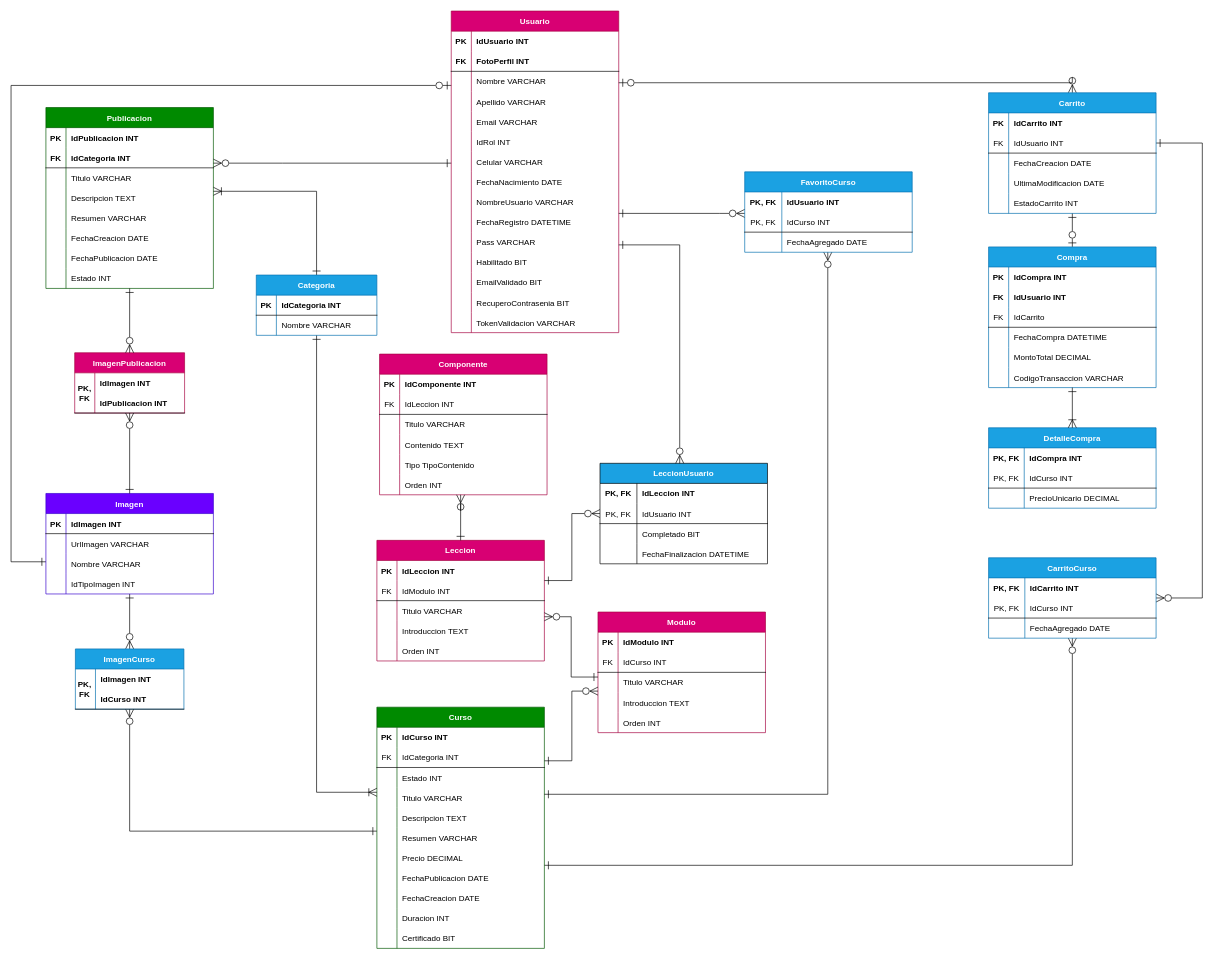
Above: DER PIII.drawio in sirnas1983/UML_TPCP3 (draw.io), before the change. Source tidied: cells renumbered, new cells numbered last; positions are measured from the earlier drawing's top-left corner, leaving out a move shared by most shapes. Both pictures are drawn from the tidied source at 67%, with x=0, y=0 at pixel (11, 11).
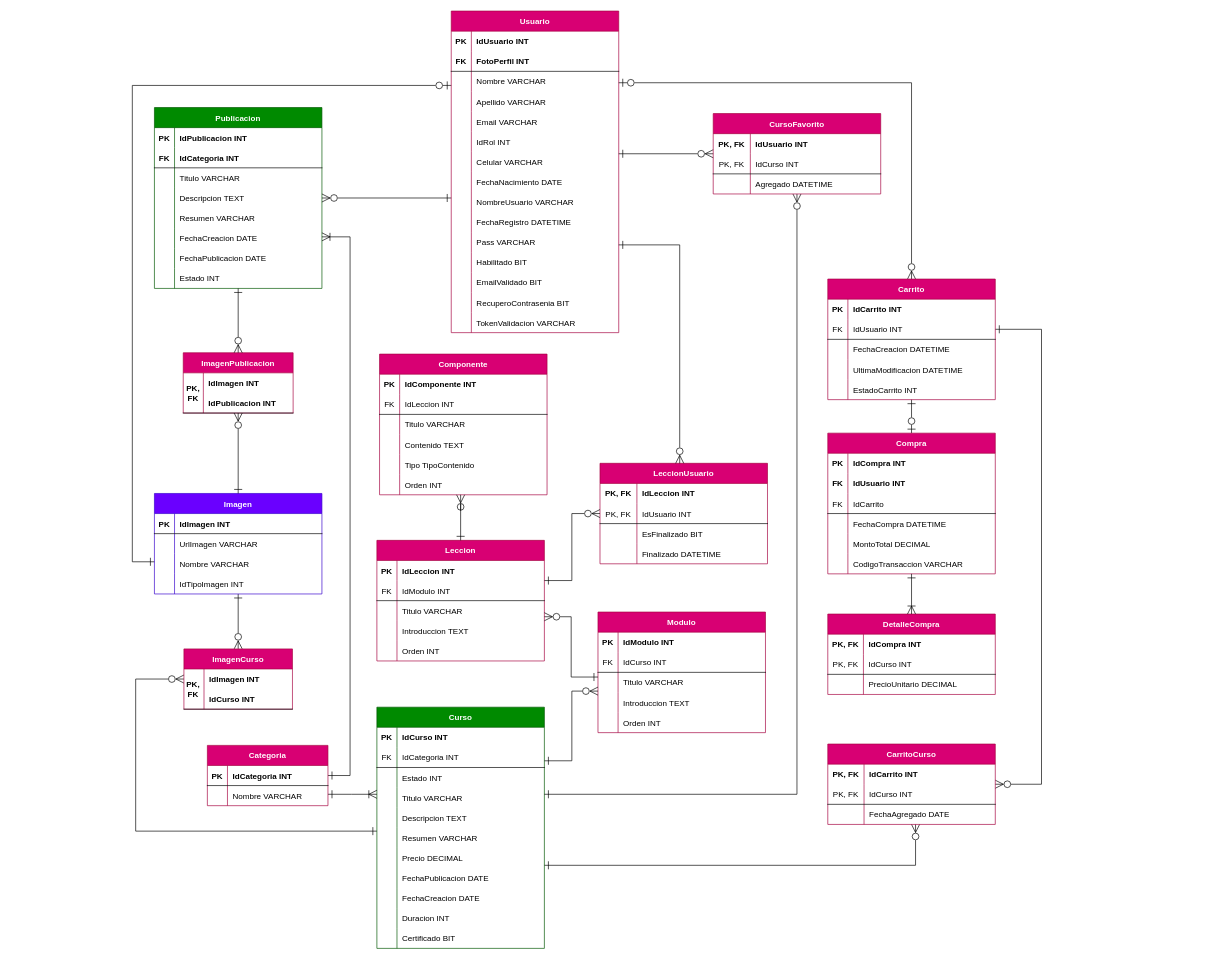
After the change.

Unchanged cells that the change refers to:
```xml
<mxCell id="44" value="Curso" style="shape=table;startSize=30;childLayout=tableLayout;rowLines=0;fontStyle=1;align=center;fillColor=#008a00;fontColor=#ffffff;strokeColor=#005700;" parent="1" vertex="1">
  <mxGeometry x="546" y="1039" width="250" height="360" as="geometry" />
</mxCell>
<mxCell id="79" value="Usuario" style="shape=table;startSize=30;childLayout=tableLayout;rowLines=0;fontStyle=1;align=center;fillColor=#d80073;fontColor=#ffffff;strokeColor=#A50040;" parent="1" vertex="1">
  <mxGeometry x="657" width="250" height="480" as="geometry" />
</mxCell>
<mxCell id="163" style="shape=partialRectangle;fillColor=none;top=0;left=0;right=0;bottom=0;" parent="156" vertex="1">
  <mxGeometry y="90" width="250" height="30" as="geometry" />
</mxCell>
<mxCell id="166" style="shape=partialRectangle;fillColor=none;top=0;left=0;right=0;bottom=0;" parent="156" vertex="1">
  <mxGeometry y="120" width="250" height="30" as="geometry" />
</mxCell>
<mxCell id="182" style="shape=partialRectangle;fillColor=none;top=0;left=0;right=0;bottom=0;" parent="175" vertex="1">
  <mxGeometry y="90" width="250" height="30" as="geometry" />
</mxCell>
<mxCell id="220" style="shape=partialRectangle;fillColor=none;top=0;left=0;right=0;bottom=0;" parent="213" vertex="1">
  <mxGeometry y="90" width="250" height="30" as="geometry" />
</mxCell>
<mxCell id="263" style="shape=partialRectangle;fillColor=none;top=0;left=0;right=0;bottom=0;" parent="256" vertex="1">
  <mxGeometry y="90" width="250" height="30" as="geometry" />
</mxCell>
<mxCell id="266" style="shape=partialRectangle;fillColor=none;top=0;left=0;right=0;bottom=0;" parent="256" vertex="1">
  <mxGeometry y="120" width="250" height="30" as="geometry" />
</mxCell>
```

Diff of the diagram source:
```diff
@@
     <mxCell id="2" style="edgeStyle=orthogonalEdgeStyle;rounded=0;jettySize=auto;html=1;endArrow=ERzeroToOne;endFill=0;startArrow=ERone;startFill=0;endSize=10;startSize=10;" parent="1" edge="1" source="5" target="79">
       <mxGeometry relative="1" as="geometry">
         <Array as="points">
-          <mxPoint y="822" />
-          <mxPoint y="111" />
+          <mxPoint x="181" y="822" />
+          <mxPoint x="181" y="111" />
         </Array>
       </mxGeometry>
     </mxCell>
     <mxCell id="3" style="edgeStyle=orthogonalEdgeStyle;rounded=0;jettySize=auto;html=1;endSize=10;startSize=10;endArrow=ERone;endFill=0;startArrow=ERzeroToMany;startFill=0;" parent="1" edge="1" source="195" target="44">
       <mxGeometry relative="1" as="geometry">
         <Array as="points">
-          <mxPoint x="177" y="1224" />
+          <mxPoint x="186" y="997" />
+          <mxPoint x="186" y="1224" />
         </Array>
       </mxGeometry>
     </mxCell>
@@
     <mxCell id="5" value="Imagen" style="shape=table;startSize=30;childLayout=tableLayout;rowLines=0;fontStyle=1;align=center;fillColor=#6a00ff;fontColor=#ffffff;strokeColor=#3700CC;" parent="1" vertex="1">
-      <mxGeometry x="52" y="720" width="250" height="150" as="geometry" />
+      <mxGeometry x="214" y="720" width="250" height="150" as="geometry" />
     </mxCell>
@@
     <mxCell id="18" value="Publicacion" style="shape=table;startSize=30;childLayout=tableLayout;rowLines=0;fontStyle=1;align=center;fillColor=#008a00;fontColor=#ffffff;strokeColor=#005700;" parent="1" vertex="1">
-      <mxGeometry x="52" y="144" width="250" height="270" as="geometry" />
+      <mxGeometry x="214" y="144" width="250" height="270" as="geometry" />
     </mxCell>
@@
     <mxCell id="43" style="edgeStyle=orthogonalEdgeStyle;rounded=0;jettySize=auto;html=1;endSize=10;startSize=10;endArrow=ERone;endFill=0;startArrow=ERzeroToMany;startFill=0;" parent="1" edge="1" source="185" target="44">
       <mxGeometry relative="1" as="geometry">
         <Array as="points">
-          <mxPoint x="1584" y="1275" />
+          <mxPoint x="1350" y="1275" />
         </Array>
       </mxGeometry>
     </mxCell>
@@
     <mxCell id="125" style="edgeStyle=orthogonalEdgeStyle;rounded=0;jettySize=auto;html=1;endSize=10;startSize=10;endArrow=ERone;endFill=0;startArrow=ERoneToMany;startFill=0;" parent="1" edge="1" source="18" target="127">
       <mxGeometry relative="1" as="geometry">
         <Array as="points">
-          <mxPoint x="456" y="269" />
+          <mxPoint x="506" y="337" />
+          <mxPoint x="506" y="1141" />
         </Array>
       </mxGeometry>
     </mxCell>
     <mxCell id="126" style="edgeStyle=orthogonalEdgeStyle;rounded=0;jettySize=auto;html=1;endSize=10;startSize=10;endArrow=ERone;endFill=0;startArrow=ERoneToMany;startFill=0;" parent="1" edge="1" source="44" target="127">
       <mxGeometry relative="1" as="geometry">
         <Array as="points">
-          <mxPoint x="456" y="1166" />
+          <mxPoint x="508" y="1169" />
+          <mxPoint x="508" y="1169" />
         </Array>
       </mxGeometry>
     </mxCell>
-    <mxCell id="127" value="Categoria" style="shape=table;startSize=30;childLayout=tableLayout;rowLines=0;fontStyle=1;align=center;fillColor=#1ba1e2;fontColor=#ffffff;strokeColor=#006EAF;" parent="1" vertex="1">
-      <mxGeometry x="366" y="394" width="180" height="90" as="geometry" />
+    <mxCell id="127" value="Categoria" style="shape=table;startSize=30;childLayout=tableLayout;rowLines=0;fontStyle=1;align=center;fillColor=#d80073;fontColor=#ffffff;strokeColor=#A50040;" parent="1" vertex="1">
+      <mxGeometry x="293" y="1096" width="180" height="90" as="geometry" />
     </mxCell>
@@
-    <mxCell id="135" value="Compra" style="shape=table;startSize=30;childLayout=tableLayout;rowLines=0;fontStyle=1;align=center;fillColor=#1ba1e2;fontColor=#ffffff;strokeColor=#006EAF;" parent="1" vertex="1">
-      <mxGeometry x="1459" y="352" width="250" height="210" as="geometry" />
+    <mxCell id="135" value="Compra" style="shape=table;startSize=30;childLayout=tableLayout;rowLines=0;fontStyle=1;align=center;fillColor=#d80073;fontColor=#ffffff;strokeColor=#A50040;" parent="1" vertex="1">
+      <mxGeometry x="1219" y="630" width="250" height="210" as="geometry" />
     </mxCell>
@@
     <mxCell id="154" style="edgeStyle=orthogonalEdgeStyle;rounded=0;jettySize=auto;html=1;endSize=10;startSize=10;endArrow=ERzeroToOne;endFill=0;startArrow=ERzeroToMany;startFill=0;" parent="1" edge="1" source="156" target="79">
       <mxGeometry relative="1" as="geometry">
         <Array as="points">
-          <mxPoint x="1584" y="107" />
+          <mxPoint x="1344" y="107" />
         </Array>
       </mxGeometry>
     </mxCell>
     <mxCell id="155" style="edgeStyle=orthogonalEdgeStyle;rounded=0;jettySize=auto;html=1;endSize=10;startSize=10;endArrow=ERone;endFill=0;startArrow=ERzeroToMany;startFill=0;" parent="1" edge="1" source="185" target="156">
       <mxGeometry relative="1" as="geometry">
         <Array as="points">
-          <mxPoint x="1778" y="876" />
-          <mxPoint x="1778" y="197" />
+          <mxPoint x="1538" y="1154" />
+          <mxPoint x="1538" y="475" />
         </Array>
       </mxGeometry>
     </mxCell>
-    <mxCell id="156" value="Carrito" style="shape=table;startSize=30;childLayout=tableLayout;rowLines=0;fontStyle=1;align=center;fillColor=#1ba1e2;fontColor=#ffffff;strokeColor=#006EAF;" parent="1" vertex="1">
-      <mxGeometry x="1459" y="122" width="250" height="180" as="geometry" />
+    <mxCell id="156" value="Carrito" style="shape=table;startSize=30;childLayout=tableLayout;rowLines=0;fontStyle=1;align=center;fillColor=#d80073;fontColor=#ffffff;strokeColor=#A50040;" parent="1" vertex="1">
+      <mxGeometry x="1219" y="400" width="250" height="180" as="geometry" />
     </mxCell>
@@
-    <mxCell id="165" value="FechaCreacion DATE" style="shape=partialRectangle;overflow=hidden;fillColor=none;top=0;left=0;bottom=0;right=0;align=left;spacingLeft=6;" parent="163" vertex="1">
+    <mxCell id="165" value="FechaCreacion DATETIME" style="shape=partialRectangle;overflow=hidden;fillColor=none;top=0;left=0;bottom=0;right=0;align=left;spacingLeft=6;" parent="163" vertex="1">
       <mxGeometry x="30" width="220" height="30" as="geometry" />
     </mxCell>
@@
-    <mxCell id="168" value="UltimaModificacion DATE" style="shape=partialRectangle;overflow=hidden;fillColor=none;top=0;left=0;bottom=0;right=0;align=left;spacingLeft=6;" parent="166" vertex="1">
+    <mxCell id="168" value="UltimaModificacion DATETIME" style="shape=partialRectangle;overflow=hidden;fillColor=none;top=0;left=0;bottom=0;right=0;align=left;spacingLeft=6;" parent="166" vertex="1">
       <mxGeometry x="30" width="220" height="30" as="geometry" />
     </mxCell>
@@
     <mxCell id="173" style="edgeStyle=orthogonalEdgeStyle;rounded=0;jettySize=auto;html=1;endSize=10;startSize=10;endArrow=ERone;endFill=0;startArrow=ERzeroToMany;startFill=0;" parent="1" edge="1" source="175" target="79">
       <mxGeometry relative="1" as="geometry">
         <Array as="points">
-          <mxPoint x="1057" y="302" />
-          <mxPoint x="1057" y="302" />
+          <mxPoint x="1215" y="240" />
+          <mxPoint x="1215" y="240" />
         </Array>
       </mxGeometry>
     </mxCell>
     <mxCell id="174" style="edgeStyle=orthogonalEdgeStyle;rounded=0;jettySize=auto;html=1;endSize=10;startSize=10;endArrow=ERone;endFill=0;startArrow=ERzeroToMany;startFill=0;" parent="1" edge="1" source="175" target="44">
       <mxGeometry relative="1" as="geometry">
         <Array as="points">
-          <mxPoint x="1219" y="1169" />
+          <mxPoint x="1173" y="1169" />
         </Array>
       </mxGeometry>
     </mxCell>
-    <mxCell id="175" value="FavoritoCurso" style="shape=table;startSize=30;childLayout=tableLayout;rowLines=0;fontStyle=1;align=center;fillColor=#1ba1e2;fontColor=#ffffff;strokeColor=#006EAF;" parent="1" vertex="1">
-      <mxGeometry x="1095" y="240" width="250" height="120" as="geometry" />
+    <mxCell id="175" value="CursoFavorito" style="shape=table;startSize=30;childLayout=tableLayout;rowLines=0;fontStyle=1;align=center;fillColor=#d80073;fontColor=#ffffff;strokeColor=#A50040;" parent="1" vertex="1">
+      <mxGeometry x="1048" y="153" width="250" height="120" as="geometry" />
     </mxCell>
@@
-    <mxCell id="184" value="FechaAgregado DATE" style="shape=partialRectangle;overflow=hidden;fillColor=none;top=0;left=0;bottom=0;right=0;align=left;spacingLeft=6;" parent="182" vertex="1">
+    <mxCell id="184" value="Agregado DATETIME" style="shape=partialRectangle;overflow=hidden;fillColor=none;top=0;left=0;bottom=0;right=0;align=left;spacingLeft=6;" parent="182" vertex="1">
       <mxGeometry x="55.4" width="194.6" height="30" as="geometry" />
     </mxCell>
-    <mxCell id="185" value="CarritoCurso" style="shape=table;startSize=30;childLayout=tableLayout;rowLines=0;fontStyle=1;align=center;fillColor=#1ba1e2;fontColor=#ffffff;strokeColor=#006EAF;" parent="1" vertex="1">
-      <mxGeometry x="1459" y="816" width="250" height="120" as="geometry" />
+    <mxCell id="185" value="CarritoCurso" style="shape=table;startSize=30;childLayout=tableLayout;rowLines=0;fontStyle=1;align=center;fillColor=#d80073;fontColor=#ffffff;strokeColor=#A50040;" parent="1" vertex="1">
+      <mxGeometry x="1219" y="1094" width="250" height="120" as="geometry" />
     </mxCell>
@@
-    <mxCell id="195" value="ImagenCurso" style="shape=table;startSize=30;childLayout=tableLayout;rowLines=0;fontStyle=1;align=center;fillColor=#1ba1e2;fontColor=#ffffff;strokeColor=#006EAF;" parent="1" vertex="1">
-      <mxGeometry x="96" y="952" width="162" height="90" as="geometry" />
+    <mxCell id="195" value="ImagenCurso" style="shape=table;startSize=30;childLayout=tableLayout;rowLines=0;fontStyle=1;align=center;fillColor=#d80073;fontColor=#ffffff;strokeColor=#A50040;" parent="1" vertex="1">
+      <mxGeometry x="258" y="952" width="162" height="90" as="geometry" />
     </mxCell>
@@
     <mxCell id="202" value="PK, &#10;FK" style="shape=partialRectangle;overflow=hidden;fillColor=none;top=0;left=0;bottom=0;right=0;fontStyle=1;" parent="1" vertex="1">
-      <mxGeometry x="95" y="982" width="30" height="60" as="geometry" />
+      <mxGeometry x="257" y="982" width="30" height="60" as="geometry" />
     </mxCell>
     <mxCell id="203" value="ImagenPublicacion" style="shape=table;startSize=30;childLayout=tableLayout;rowLines=0;fontStyle=1;align=center;fillColor=#d80073;fontColor=#ffffff;strokeColor=#A50040;" parent="1" vertex="1">
-      <mxGeometry x="95" y="510" width="164" height="90" as="geometry" />
+      <mxGeometry x="257" y="510" width="164" height="90" as="geometry" />
     </mxCell>
@@
     <mxCell id="210" value="PK, &#10;FK" style="shape=partialRectangle;overflow=hidden;fillColor=none;top=0;left=0;bottom=0;right=0;fontStyle=1;" parent="1" vertex="1">
-      <mxGeometry x="95" y="540" width="30" height="60" as="geometry" />
+      <mxGeometry x="257" y="540" width="30" height="60" as="geometry" />
     </mxCell>
@@
-    <mxCell id="213" value="DetalleCompra" style="shape=table;startSize=30;childLayout=tableLayout;rowLines=0;fontStyle=1;align=center;fillColor=#1ba1e2;fontColor=#ffffff;strokeColor=#006EAF;" parent="1" vertex="1">
-      <mxGeometry x="1459" y="622" width="250" height="120" as="geometry" />
+    <mxCell id="213" value="DetalleCompra" style="shape=table;startSize=30;childLayout=tableLayout;rowLines=0;fontStyle=1;align=center;fillColor=#d80073;fontColor=#ffffff;strokeColor=#A50040;" parent="1" vertex="1">
+      <mxGeometry x="1219" y="900" width="250" height="120" as="geometry" />
     </mxCell>
@@
-    <mxCell id="222" value="PrecioUnicario DECIMAL" style="shape=partialRectangle;overflow=hidden;fillColor=none;top=0;left=0;bottom=0;right=0;align=left;spacingLeft=6;" parent="220" vertex="1">
+    <mxCell id="222" value="PrecioUnitario DECIMAL" style="shape=partialRectangle;overflow=hidden;fillColor=none;top=0;left=0;bottom=0;right=0;align=left;spacingLeft=6;" parent="220" vertex="1">
       <mxGeometry x="53.2" width="196.8" height="30" as="geometry" />
     </mxCell>
@@
-    <mxCell id="256" value="LeccionUsuario" style="shape=table;startSize=30;childLayout=tableLayout;rowLines=0;fontStyle=1;align=center;fillColor=#1ba1e2;fontColor=#ffffff;strokeColor=default;" parent="1" vertex="1">
+    <mxCell id="256" value="LeccionUsuario" style="shape=table;startSize=30;childLayout=tableLayout;rowLines=0;fontStyle=1;align=center;fillColor=#d80073;fontColor=#ffffff;strokeColor=#A50040;" parent="1" vertex="1">
       <mxGeometry x="879" y="675" width="250" height="150" as="geometry" />
     </mxCell>
@@
-    <mxCell id="265" value="Completado BIT" style="shape=partialRectangle;overflow=hidden;fillColor=none;top=0;left=0;bottom=0;right=0;align=left;spacingLeft=6;" parent="263" vertex="1">
+    <mxCell id="265" value="EsFinalizado BIT" style="shape=partialRectangle;overflow=hidden;fillColor=none;top=0;left=0;bottom=0;right=0;align=left;spacingLeft=6;" parent="263" vertex="1">
       <mxGeometry x="55.1" width="194.9" height="30" as="geometry" />
     </mxCell>
@@
-    <mxCell id="268" value="FechaFinalizacion DATETIME" style="shape=partialRectangle;overflow=hidden;fillColor=none;top=0;left=0;bottom=0;right=0;align=left;spacingLeft=6;" parent="266" vertex="1">
+    <mxCell id="268" value="Finalizado DATETIME" style="shape=partialRectangle;overflow=hidden;fillColor=none;top=0;left=0;bottom=0;right=0;align=left;spacingLeft=6;" parent="266" vertex="1">
       <mxGeometry x="55.1" width="194.9" height="30" as="geometry" />
     </mxCell>
```
